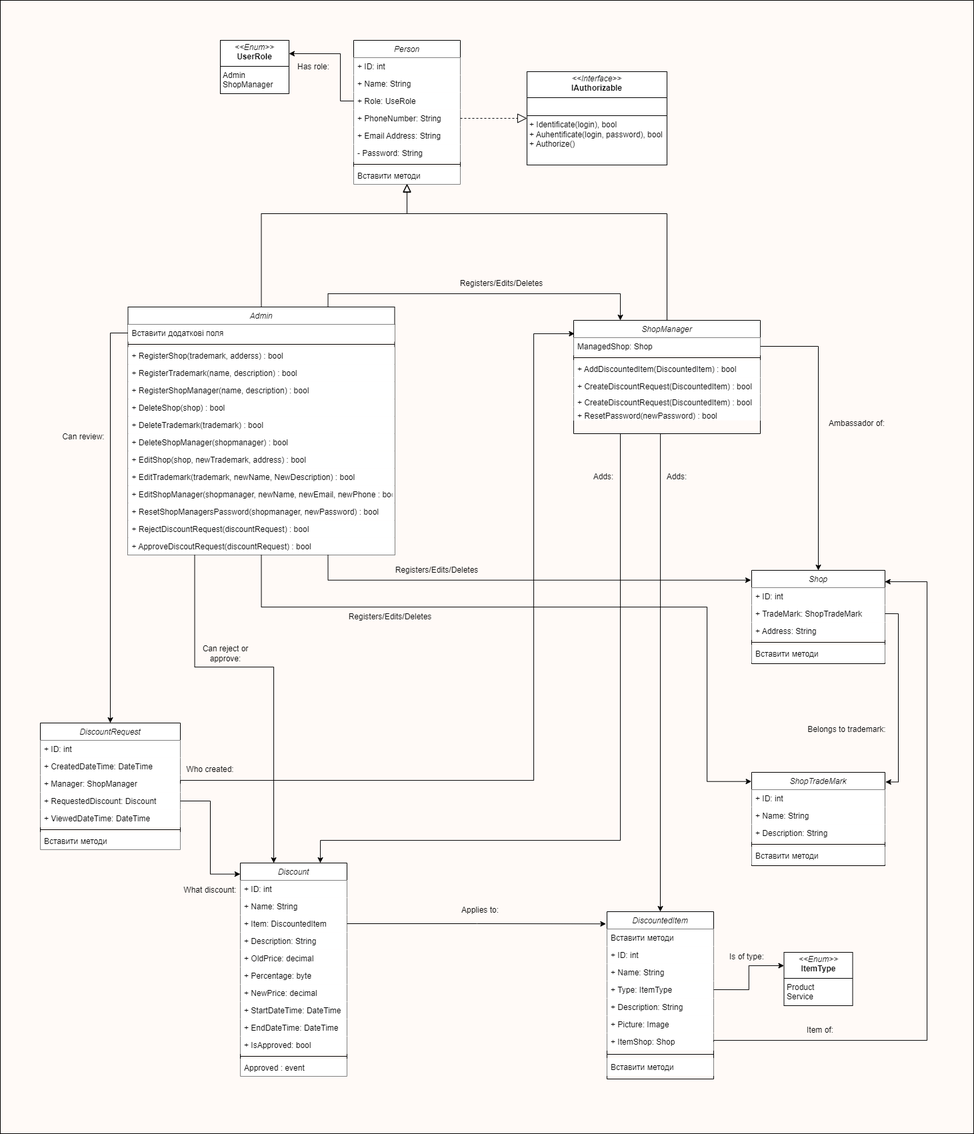
Heugene/OOP-Coursework keeps this draw.io diagram as doc/Класи предметної області.png. Above is the earlier version. Source tidied: cells renumbered, new cells last; positions are measured from the earlier drawing's top-left corner, leaving out a move shared by most shapes.
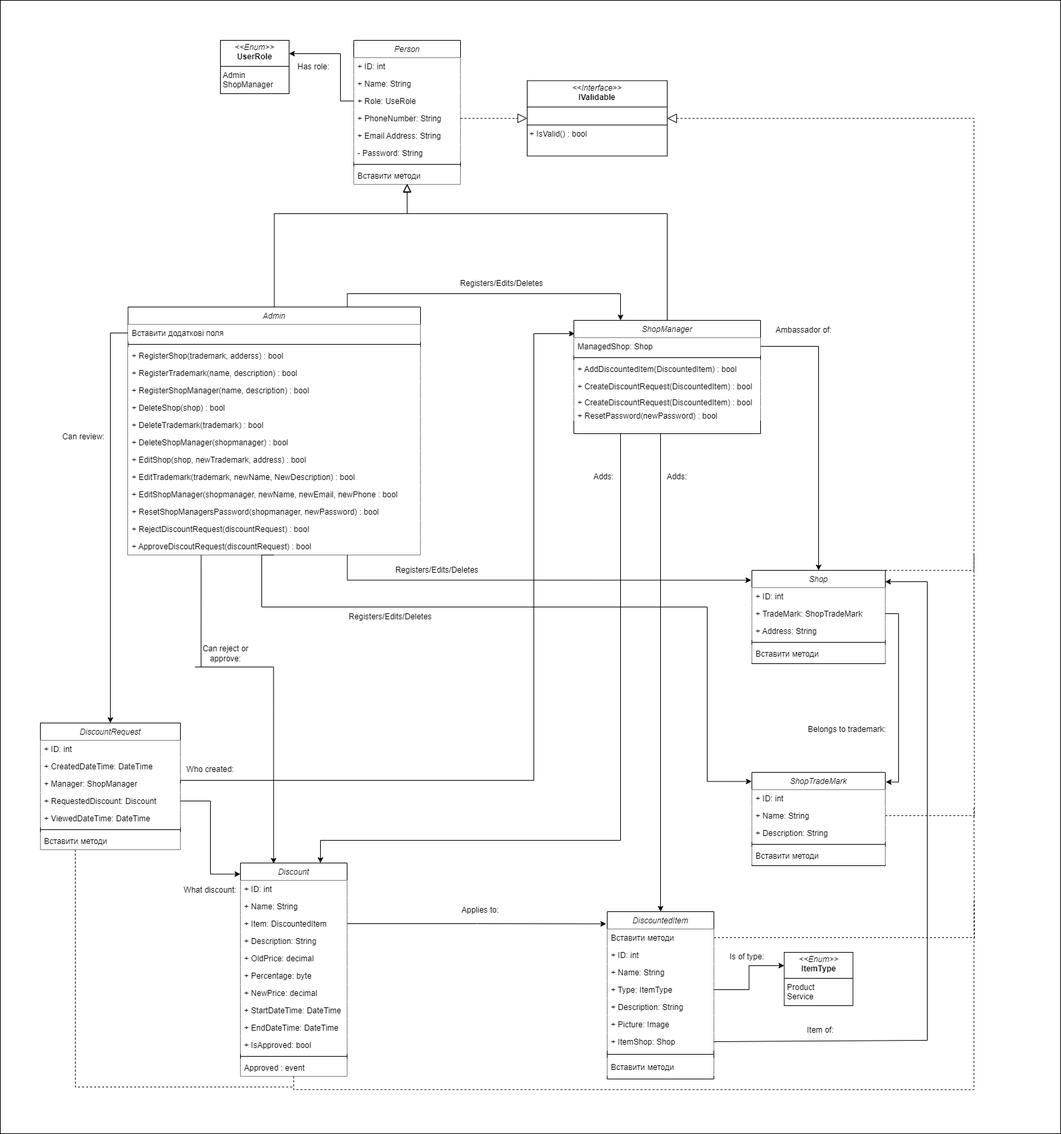
After the change.

Diff of the diagram source:
```diff
@@ -2,8 +2,8 @@
   <root>
     <mxCell id="0" />
     <mxCell id="1" parent="0" />
-    <mxCell id="2" style="rounded=0;whiteSpace=wrap;html=1;fillColor=#FFFAF7;" parent="1" vertex="1">
-      <mxGeometry width="1460" height="1700" as="geometry" />
+    <mxCell id="2" style="rounded=0;whiteSpace=wrap;html=1;fillColor=#FFFFFF;" parent="1" vertex="1">
+      <mxGeometry width="1590" height="1700" as="geometry" />
     </mxCell>
     <mxCell id="3" value="Person" style="swimlane;fontStyle=2;align=center;verticalAlign=top;horizontal=1;startSize=26;rounded=0;shadow=0;strokeWidth=1;fillColor=#FFFFFF;" parent="1" vertex="1">
       <mxGeometry x="530" y="60" width="160" height="216" as="geometry" />
@@ -36,49 +36,49 @@
       <mxGeometry relative="1" as="geometry" />
     </mxCell>
     <mxCell id="13" value="Admin" style="swimlane;fontStyle=2;align=center;verticalAlign=top;horizontal=1;startSize=26;rounded=0;shadow=0;strokeWidth=1;fillColor=#FFFFFF;" parent="1" vertex="1">
-      <mxGeometry x="191.5" y="460" width="400" height="372" as="geometry" />
+      <mxGeometry x="191.5" y="460" width="438.5" height="372" as="geometry" />
     </mxCell>
     <mxCell id="14" value="Вставити додаткові поля" style="text;align=left;verticalAlign=top;spacingLeft=4;spacingRight=4;overflow=hidden;points=[[0,0.5],[1,0.5]];portConstraint=eastwest;fillColor=#FFFFFF;" parent="13" vertex="1">
-      <mxGeometry y="26" width="400" height="26" as="geometry" />
+      <mxGeometry y="26" width="438.5" height="26" as="geometry" />
     </mxCell>
     <mxCell id="15" style="line;html=1;strokeWidth=1;align=left;verticalAlign=middle;spacingTop=-1;spacingLeft=3;spacingRight=3;labelPosition=right;fillColor=#FFFFFF;" parent="13" vertex="1">
-      <mxGeometry y="52" width="400" height="8" as="geometry" />
+      <mxGeometry y="52" width="438.5" height="8" as="geometry" />
     </mxCell>
     <mxCell id="16" value="+ RegisterShop(trademark, adderss) : bool" style="text;align=left;verticalAlign=top;spacingLeft=4;spacingRight=4;overflow=hidden;fillColor=#FFFFFF;" parent="13" vertex="1">
-      <mxGeometry y="60" width="400" height="26" as="geometry" />
+      <mxGeometry y="60" width="438.5" height="26" as="geometry" />
     </mxCell>
     <mxCell id="17" value="+ RegisterTrademark(name, description) : bool" style="text;align=left;verticalAlign=top;spacingLeft=4;spacingRight=4;overflow=hidden;fillColor=#FFFFFF;" parent="13" vertex="1">
-      <mxGeometry y="86" width="400" height="26" as="geometry" />
+      <mxGeometry y="86" width="438.5" height="26" as="geometry" />
     </mxCell>
     <mxCell id="18" value="+ RegisterShopManager(name, description) : bool" style="text;align=left;verticalAlign=top;spacingLeft=4;spacingRight=4;overflow=hidden;fillColor=#FFFFFF;" parent="13" vertex="1">
-      <mxGeometry y="112" width="400" height="26" as="geometry" />
+      <mxGeometry y="112" width="438.5" height="26" as="geometry" />
     </mxCell>
     <mxCell id="19" value="+ DeleteShop(shop) : bool" style="text;align=left;verticalAlign=top;spacingLeft=4;spacingRight=4;overflow=hidden;fillColor=#FFFFFF;" parent="13" vertex="1">
-      <mxGeometry y="138" width="400" height="26" as="geometry" />
+      <mxGeometry y="138" width="438.5" height="26" as="geometry" />
     </mxCell>
     <mxCell id="20" value="+ DeleteTrademark(trademark) : bool" style="text;align=left;verticalAlign=top;spacingLeft=4;spacingRight=4;overflow=hidden;fillColor=#FFFFFF;" parent="13" vertex="1">
-      <mxGeometry y="164" width="400" height="26" as="geometry" />
+      <mxGeometry y="164" width="438.5" height="26" as="geometry" />
     </mxCell>
     <mxCell id="21" value="+ DeleteShopManager(shopmanager) : bool" style="text;align=left;verticalAlign=top;spacingLeft=4;spacingRight=4;overflow=hidden;fillColor=#FFFFFF;" parent="13" vertex="1">
-      <mxGeometry y="190" width="400" height="26" as="geometry" />
+      <mxGeometry y="190" width="438.5" height="26" as="geometry" />
     </mxCell>
     <mxCell id="22" value="+ EditShop(shop, newTrademark, address) : bool" style="text;align=left;verticalAlign=top;spacingLeft=4;spacingRight=4;overflow=hidden;fillColor=#FFFFFF;" parent="13" vertex="1">
-      <mxGeometry y="216" width="400" height="26" as="geometry" />
+      <mxGeometry y="216" width="438.5" height="26" as="geometry" />
     </mxCell>
     <mxCell id="23" value="+ EditTrademark(trademark, newName, NewDescription) : bool" style="text;align=left;verticalAlign=top;spacingLeft=4;spacingRight=4;overflow=hidden;fillColor=#FFFFFF;" parent="13" vertex="1">
-      <mxGeometry y="242" width="400" height="26" as="geometry" />
+      <mxGeometry y="242" width="438.5" height="26" as="geometry" />
     </mxCell>
     <mxCell id="24" value="+ EditShopManager(shopmanager, newName, newEmail, newPhone : bool" style="text;align=left;verticalAlign=top;spacingLeft=4;spacingRight=4;overflow=hidden;fillColor=#FFFFFF;" parent="13" vertex="1">
-      <mxGeometry y="268" width="400" height="26" as="geometry" />
+      <mxGeometry y="268" width="438.5" height="26" as="geometry" />
     </mxCell>
     <mxCell id="25" value="+ ResetShopManagersPassword(shopmanager, newPassword) : bool" style="text;align=left;verticalAlign=top;spacingLeft=4;spacingRight=4;overflow=hidden;fillColor=#FFFFFF;" parent="13" vertex="1">
-      <mxGeometry y="294" width="400" height="26" as="geometry" />
+      <mxGeometry y="294" width="438.5" height="26" as="geometry" />
     </mxCell>
     <mxCell id="26" value="+ RejectDiscountRequest(discountRequest) : bool" style="text;align=left;verticalAlign=top;spacingLeft=4;spacingRight=4;overflow=hidden;fillColor=#FFFFFF;" parent="13" vertex="1">
-      <mxGeometry y="320" width="400" height="26" as="geometry" />
+      <mxGeometry y="320" width="438.5" height="26" as="geometry" />
     </mxCell>
     <mxCell id="27" value="+ ApproveDiscoutRequest(discountRequest) : bool" style="text;align=left;verticalAlign=top;spacingLeft=4;spacingRight=4;overflow=hidden;fillColor=#FFFFFF;" parent="13" vertex="1">
-      <mxGeometry y="346" width="400" height="26" as="geometry" />
+      <mxGeometry y="346" width="438.5" height="26" as="geometry" />
     </mxCell>
     <mxCell id="28" style="edgeStyle=orthogonalEdgeStyle;rounded=0;jettySize=auto;html=1;exitX=0.25;exitY=1;exitDx=0;exitDy=0;entryX=0.75;entryY=0;entryDx=0;entryDy=0;" parent="1" edge="1" source="29" target="55">
       <mxGeometry relative="1" as="geometry">
@@ -123,8 +123,8 @@
         </Array>
       </mxGeometry>
     </mxCell>
-    <mxCell id="38" value="&lt;p style=&quot;margin:0px;margin-top:4px;text-align:center;&quot;&gt;&lt;i&gt;&amp;lt;&amp;lt;Interface&amp;gt;&amp;gt;&lt;/i&gt;&lt;br&gt;&lt;b&gt;IAuthorizable&lt;/b&gt;&lt;/p&gt;&lt;hr size=&quot;1&quot; style=&quot;border-style:solid;&quot;&gt;&lt;p style=&quot;margin:0px;margin-left:4px;&quot;&gt;&lt;br&gt;&lt;/p&gt;&lt;hr size=&quot;1&quot; style=&quot;border-style:solid;&quot;&gt;&lt;p style=&quot;margin:0px;margin-left:4px;&quot;&gt;+ Identificate(login), bool&lt;br&gt;&lt;/p&gt;&lt;p style=&quot;margin:0px;margin-left:4px;&quot;&gt;+ Auhentificate(login, password), bool&lt;/p&gt;&lt;p style=&quot;margin:0px;margin-left:4px;&quot;&gt;+ Authorize()&lt;/p&gt;" style="verticalAlign=top;align=left;overflow=fill;html=1;whiteSpace=wrap;fillColor=#FFFFFF;" parent="1" vertex="1">
-      <mxGeometry x="790" y="107" width="210" height="140" as="geometry" />
+    <mxCell id="38" value="&lt;p style=&quot;margin:0px;margin-top:4px;text-align:center;&quot;&gt;&lt;i&gt;&amp;lt;&amp;lt;Interface&amp;gt;&amp;gt;&lt;/i&gt;&lt;br&gt;&lt;b&gt;IValidable&lt;/b&gt;&lt;/p&gt;&lt;hr size=&quot;1&quot; style=&quot;border-style:solid;&quot;&gt;&lt;p style=&quot;margin:0px;margin-left:4px;&quot;&gt;&lt;br&gt;&lt;/p&gt;&lt;hr size=&quot;1&quot; style=&quot;border-style:solid;&quot;&gt;&lt;p style=&quot;margin:0px;margin-left:4px;&quot;&gt;+ IsValid() : bool&lt;/p&gt;" style="verticalAlign=top;align=left;overflow=fill;html=1;whiteSpace=wrap;fillColor=#FFFFFF;" parent="1" vertex="1">
+      <mxGeometry x="790" y="120.5" width="210" height="113" as="geometry" />
     </mxCell>
     <mxCell id="39" value="&lt;p style=&quot;margin:0px;margin-top:4px;text-align:center;&quot;&gt;&lt;i&gt;&amp;lt;&amp;lt;Enum&amp;gt;&amp;gt;&lt;/i&gt;&lt;br&gt;&lt;b&gt;UserRole&lt;/b&gt;&lt;/p&gt;&lt;hr size=&quot;1&quot; style=&quot;border-style:solid;&quot;&gt;&lt;p style=&quot;margin:0px;margin-left:4px;&quot;&gt;Admin&lt;/p&gt;&lt;p style=&quot;margin:0px;margin-left:4px;&quot;&gt;ShopManager&lt;/p&gt;" style="verticalAlign=top;align=left;overflow=fill;html=1;whiteSpace=wrap;fillColor=#FFFFFF;" parent="1" vertex="1">
       <mxGeometry x="330" y="60" width="103" height="80" as="geometry" />
@@ -146,6 +146,11 @@
     <mxCell id="43" value="DiscountedItem" style="swimlane;fontStyle=2;align=center;verticalAlign=top;horizontal=1;startSize=26;rounded=0;shadow=0;strokeWidth=1;fillColor=#FFFFFF;" parent="1" vertex="1">
       <mxGeometry x="910" y="1367" width="160" height="251" as="geometry" />
     </mxCell>
+    <mxCell id="113" style="edgeStyle=orthogonalEdgeStyle;rounded=0;jettySize=auto;html=1;exitX=1;exitY=0.5;exitDx=0;exitDy=0;endArrow=none;endFill=0;dashed=1;" parent="43" edge="1" source="44">
+      <mxGeometry relative="1" as="geometry">
+        <mxPoint x="550" y="-157" as="targetPoint" />
+      </mxGeometry>
+    </mxCell>
     <mxCell id="44" value="Вставити методи" style="text;align=left;verticalAlign=top;spacingLeft=4;spacingRight=4;overflow=hidden;points=[[0,0.5],[1,0.5]];portConstraint=eastwest;fillColor=#FFFFFF;" parent="43" vertex="1">
       <mxGeometry y="26" width="160" height="26" as="geometry" />
     </mxCell>
@@ -179,6 +184,15 @@
     <mxCell id="54" value="Is of type:" style="text;html=1;align=center;verticalAlign=middle;whiteSpace=wrap;rounded=0;" parent="1" vertex="1">
       <mxGeometry x="1090" y="1420" width="60" height="30" as="geometry" />
     </mxCell>
+    <mxCell id="114" style="edgeStyle=orthogonalEdgeStyle;rounded=0;jettySize=auto;html=1;exitX=0.5;exitY=1;exitDx=0;exitDy=0;endArrow=none;endFill=0;dashed=1;" parent="1" edge="1" source="55">
+      <mxGeometry relative="1" as="geometry">
+        <mxPoint x="1460" y="1350" as="targetPoint" />
+        <Array as="points">
+          <mxPoint x="440" y="1634" />
+          <mxPoint x="1460" y="1634" />
+        </Array>
+      </mxGeometry>
+    </mxCell>
     <mxCell id="55" value="Discount" style="swimlane;fontStyle=2;align=center;verticalAlign=top;horizontal=1;startSize=26;rounded=0;shadow=0;strokeWidth=1;fillColor=#FFFFFF;" parent="1" vertex="1">
       <mxGeometry x="360" y="1294" width="160" height="320" as="geometry" />
     </mxCell>
@@ -221,6 +235,14 @@
     <mxCell id="68" value="Applies to:" style="text;html=1;align=center;verticalAlign=middle;whiteSpace=wrap;rounded=0;" parent="1" vertex="1">
       <mxGeometry x="690" y="1350" width="60" height="30" as="geometry" />
     </mxCell>
+    <mxCell id="115" style="edgeStyle=orthogonalEdgeStyle;rounded=0;jettySize=auto;html=1;exitX=1;exitY=0;exitDx=0;exitDy=0;entryX=1;entryY=0.5;entryDx=0;entryDy=0;endArrow=block;endFill=0;endSize=12;dashed=1;" parent="1" edge="1" source="69" target="38">
+      <mxGeometry relative="1" as="geometry">
+        <Array as="points">
+          <mxPoint x="1460" y="855" />
+          <mxPoint x="1460" y="177" />
+        </Array>
+      </mxGeometry>
+    </mxCell>
     <mxCell id="69" value="Shop" style="swimlane;fontStyle=2;align=center;verticalAlign=top;horizontal=1;startSize=26;rounded=0;shadow=0;strokeWidth=1;fillColor=#FFFFFF;" parent="1" vertex="1">
       <mxGeometry x="1127" y="855" width="200" height="140" as="geometry" />
     </mxCell>
@@ -245,6 +267,11 @@
     <mxCell id="76" value="+ ID: int" style="text;align=left;verticalAlign=top;spacingLeft=4;spacingRight=4;overflow=hidden;points=[[0,0.5],[1,0.5]];portConstraint=eastwest;fillColor=#FFFFFF;" parent="75" vertex="1">
       <mxGeometry y="26" width="200" height="26" as="geometry" />
     </mxCell>
+    <mxCell id="116" style="edgeStyle=orthogonalEdgeStyle;rounded=0;jettySize=auto;html=1;exitX=1;exitY=0.5;exitDx=0;exitDy=0;dashed=1;endArrow=none;endFill=0;" parent="75" edge="1" source="77">
+      <mxGeometry relative="1" as="geometry">
+        <mxPoint x="333" y="-328" as="targetPoint" />
+      </mxGeometry>
+    </mxCell>
     <mxCell id="77" value="+ Name: String" style="text;align=left;verticalAlign=top;spacingLeft=4;spacingRight=4;overflow=hidden;points=[[0,0.5],[1,0.5]];portConstraint=eastwest;fillColor=#FFFFFF;" parent="75" vertex="1">
       <mxGeometry y="52" width="200" height="26" as="geometry" />
     </mxCell>
@@ -279,7 +306,7 @@
       <mxGeometry relative="1" as="geometry" />
     </mxCell>
     <mxCell id="86" value="Ambassador of:" style="text;html=1;align=center;verticalAlign=middle;whiteSpace=wrap;rounded=0;" parent="1" vertex="1">
-      <mxGeometry x="1230" y="620" width="110" height="30" as="geometry" />
+      <mxGeometry x="1150" y="480" width="110" height="30" as="geometry" />
     </mxCell>
     <mxCell id="87" style="edgeStyle=orthogonalEdgeStyle;rounded=0;jettySize=auto;html=1;exitX=0.25;exitY=1;exitDx=0;exitDy=0;entryX=0.311;entryY=0.003;entryDx=0;entryDy=0;entryPerimeter=0;" parent="1" edge="1" source="13" target="55">
       <mxGeometry relative="1" as="geometry">
@@ -303,6 +330,14 @@
     <mxCell id="90" value="Can reject or approve:" style="text;html=1;align=center;verticalAlign=middle;whiteSpace=wrap;rounded=0;" parent="1" vertex="1">
       <mxGeometry x="283" y="965" width="110" height="30" as="geometry" />
     </mxCell>
+    <mxCell id="117" style="edgeStyle=orthogonalEdgeStyle;rounded=0;jettySize=auto;html=1;exitX=0.25;exitY=1;exitDx=0;exitDy=0;endArrow=none;endFill=0;dashed=1;" parent="1" edge="1" source="91">
+      <mxGeometry relative="1" as="geometry">
+        <mxPoint x="440" y="1630" as="targetPoint" />
+        <Array as="points">
+          <mxPoint x="112" y="1630" />
+        </Array>
+      </mxGeometry>
+    </mxCell>
     <mxCell id="91" value="DiscountRequest" style="swimlane;fontStyle=2;align=center;verticalAlign=top;horizontal=1;startSize=26;rounded=0;shadow=0;strokeWidth=1;fillColor=#FFFFFF;" parent="1" vertex="1">
       <mxGeometry x="60" y="1084" width="210" height="190" as="geometry" />
     </mxCell>
```
